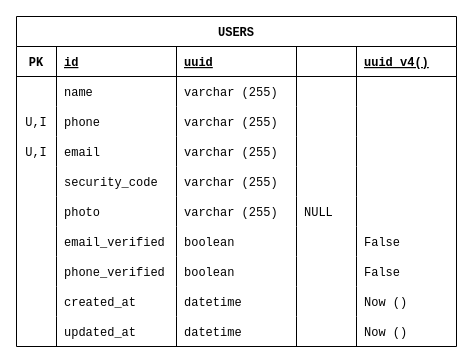
Earlier version of the draw.io diagram page "User" (2 of 4) of requirements/Database ERD.drawio (foxxxesky/Final-Projects-Backend-OVO). Source tidied: cells renumbered, new cells numbered last; positions are measured from the earlier drawing's top-left corner, leaving out a move shared by most shapes. Both pictures are drawn from the tidied source at 100%, with x=0, y=0 at pixel (16, 16).
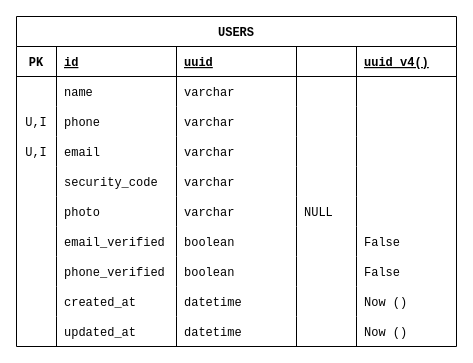
After the change.

The change refers to these unchanged cells:
```xml
<mxCell id="9" style="shape=tableRow;horizontal=0;startSize=0;swimlaneHead=0;swimlaneBody=0;fillColor=none;top=0;left=0;right=0;bottom=0;fontFamily=Courier New;" parent="2" vertex="1">
  <mxGeometry y="60" width="440" height="30" as="geometry" />
</mxCell>
<mxCell id="15" style="shape=tableRow;horizontal=0;startSize=0;swimlaneHead=0;swimlaneBody=0;fillColor=none;top=0;left=0;right=0;bottom=0;fontFamily=Courier New;" parent="2" vertex="1">
  <mxGeometry y="90" width="440" height="30" as="geometry" />
</mxCell>
<mxCell id="21" style="shape=tableRow;horizontal=0;startSize=0;swimlaneHead=0;swimlaneBody=0;fillColor=none;top=0;left=0;right=0;bottom=0;fontFamily=Courier New;" parent="2" vertex="1">
  <mxGeometry y="120" width="440" height="30" as="geometry" />
</mxCell>
<mxCell id="27" style="shape=tableRow;horizontal=0;startSize=0;swimlaneHead=0;swimlaneBody=0;fillColor=none;top=0;left=0;right=0;bottom=0;fontFamily=Courier New;" parent="2" vertex="1">
  <mxGeometry y="150" width="440" height="30" as="geometry" />
</mxCell>
<mxCell id="33" style="shape=tableRow;horizontal=0;startSize=0;swimlaneHead=0;swimlaneBody=0;fillColor=none;top=0;left=0;right=0;bottom=0;fontFamily=Courier New;" parent="2" vertex="1">
  <mxGeometry y="180" width="440" height="30" as="geometry" />
</mxCell>
```

Change to the diagram source:
```diff
@@
-    <mxCell id="12" value="varchar (255)" style="shape=partialRectangle;fillColor=none;top=0;left=0;bottom=0;right=0;align=left;spacingLeft=6;overflow=hidden;fontFamily=Courier New;" parent="9" vertex="1">
+    <mxCell id="12" value="varchar" style="shape=partialRectangle;fillColor=none;top=0;left=0;bottom=0;right=0;align=left;spacingLeft=6;overflow=hidden;fontFamily=Courier New;" parent="9" vertex="1">
       <mxGeometry x="160" width="120" height="30" as="geometry" />
     </mxCell>
@@
-    <mxCell id="18" value="varchar (255)" style="shape=partialRectangle;fillColor=none;top=0;left=0;bottom=0;right=0;align=left;spacingLeft=6;overflow=hidden;fontFamily=Courier New;" parent="15" vertex="1">
+    <mxCell id="18" value="varchar" style="shape=partialRectangle;fillColor=none;top=0;left=0;bottom=0;right=0;align=left;spacingLeft=6;overflow=hidden;fontFamily=Courier New;" parent="15" vertex="1">
       <mxGeometry x="160" width="120" height="30" as="geometry" />
     </mxCell>
@@
-    <mxCell id="24" value="varchar (255)" style="shape=partialRectangle;fillColor=none;top=0;left=0;bottom=0;right=0;align=left;spacingLeft=6;overflow=hidden;fontFamily=Courier New;" parent="21" vertex="1">
+    <mxCell id="24" value="varchar" style="shape=partialRectangle;fillColor=none;top=0;left=0;bottom=0;right=0;align=left;spacingLeft=6;overflow=hidden;fontFamily=Courier New;" parent="21" vertex="1">
       <mxGeometry x="160" width="120" height="30" as="geometry" />
     </mxCell>
@@
-    <mxCell id="30" value="varchar (255)" style="shape=partialRectangle;fillColor=none;top=0;left=0;bottom=0;right=0;align=left;spacingLeft=6;overflow=hidden;fontFamily=Courier New;" parent="27" vertex="1">
+    <mxCell id="30" value="varchar " style="shape=partialRectangle;fillColor=none;top=0;left=0;bottom=0;right=0;align=left;spacingLeft=6;overflow=hidden;fontFamily=Courier New;" parent="27" vertex="1">
       <mxGeometry x="160" width="120" height="30" as="geometry" />
     </mxCell>
@@
-    <mxCell id="36" value="varchar (255)" style="shape=partialRectangle;fillColor=none;top=0;left=0;bottom=0;right=0;align=left;spacingLeft=6;overflow=hidden;fontFamily=Courier New;" parent="33" vertex="1">
+    <mxCell id="36" value="varchar " style="shape=partialRectangle;fillColor=none;top=0;left=0;bottom=0;right=0;align=left;spacingLeft=6;overflow=hidden;fontFamily=Courier New;" parent="33" vertex="1">
       <mxGeometry x="160" width="120" height="30" as="geometry" />
     </mxCell>
```
